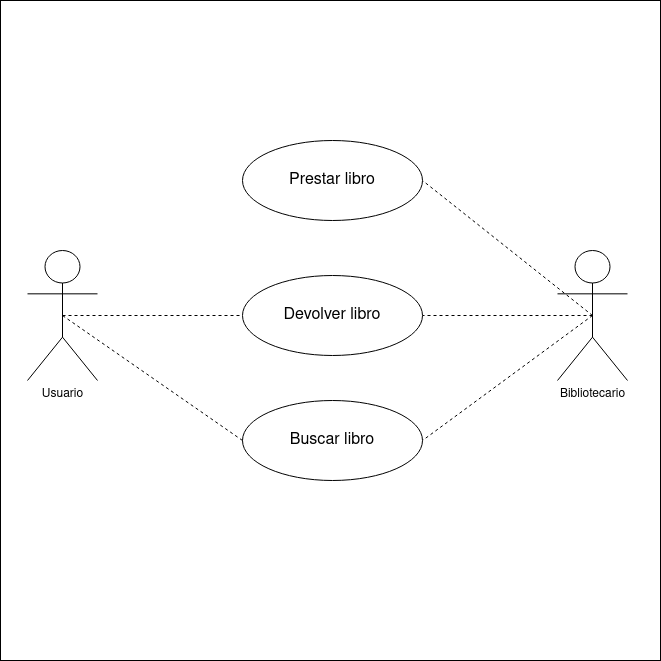
This is casos de uso biblioteca.drawio.png from GermanOjeda/Tarea-ETS, a draw.io export, as it was before one commit. Source tidied: cells renumbered, new cells last; positions are measured from the earlier drawing's top-left corner, leaving out a move shared by most shapes.
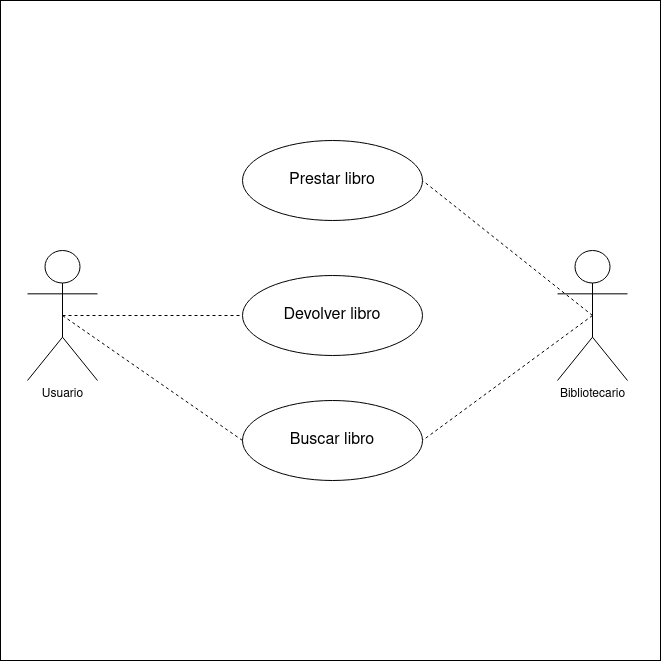
After the commit.

Change to the diagram source:
```diff
@@ -14,9 +14,6 @@
     <mxCell id="5" style="rounded=0;jettySize=auto;html=1;exitX=0.5;exitY=0.5;exitDx=0;exitDy=0;exitPerimeter=0;entryX=1;entryY=0.5;entryDx=0;entryDy=0;endArrow=none;endFill=0;dashed=1;" parent="1" edge="1" source="8" target="9">
       <mxGeometry relative="1" as="geometry" />
     </mxCell>
-    <mxCell id="6" style="edgeStyle=orthogonalEdgeStyle;rounded=0;jettySize=auto;html=1;exitX=0.5;exitY=0.5;exitDx=0;exitDy=0;exitPerimeter=0;entryX=1;entryY=0.5;entryDx=0;entryDy=0;endArrow=none;endFill=0;dashed=1;" parent="1" edge="1" source="8" target="10">
-      <mxGeometry relative="1" as="geometry" />
-    </mxCell>
     <mxCell id="7" style="rounded=0;jettySize=auto;html=1;exitX=0.5;exitY=0.5;exitDx=0;exitDy=0;exitPerimeter=0;entryX=1;entryY=0.5;entryDx=0;entryDy=0;endArrow=none;endFill=0;dashed=1;" parent="1" edge="1" source="8" target="11">
       <mxGeometry relative="1" as="geometry" />
     </mxCell>
```
